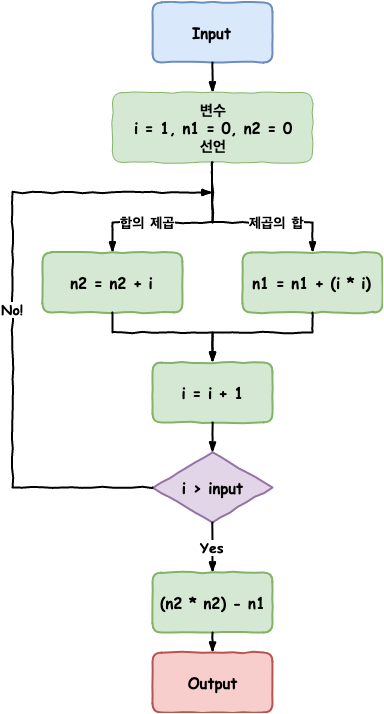
Before: images/algorithm/10/diagram.png, a diagram exported from draw.io (freevuehub/freevuehub.github.io). Source tidied: cells renumbered, new cells last; positions are measured from the earlier drawing's top-left corner, leaving out a move shared by most shapes.
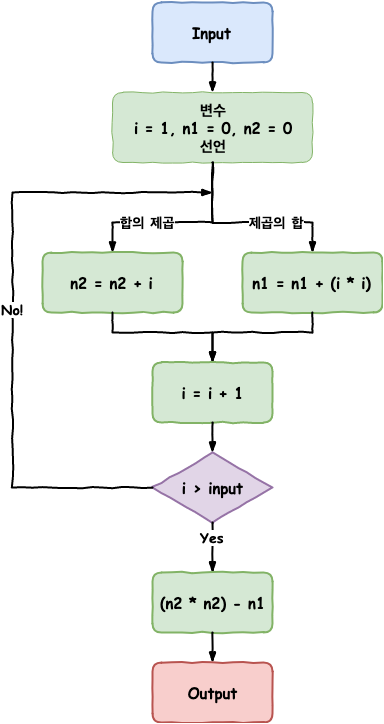
After the commit.

Commit message:
[알고리즘 / 10] 이미지 변경

Change to the diagram source:
```diff
@@ -67,7 +67,7 @@
         </Array>
       </mxGeometry>
     </mxCell>
-    <mxCell id="15" value="&lt;div style=&quot;text-align: center; font-size: 14px;&quot;&gt;Yes&lt;/div&gt;" style="rounded=0;comic=1;strokeWidth=2;endArrow=blockThin;html=1;fontFamily=Comic Sans MS;fontStyle=1;align=center;exitX=0.5;exitY=1;exitDx=0;exitDy=0;fontSize=14;entryX=0.5;entryY=0;entryDx=0;entryDy=0;" parent="1" edge="1" source="12" target="16">
+    <mxCell id="15" value="&lt;div style=&quot;text-align: center; font-size: 14px;&quot;&gt;Yes&lt;/div&gt;" style="rounded=0;comic=1;strokeWidth=2;endArrow=blockThin;html=1;fontFamily=Comic Sans MS;fontStyle=1;align=center;exitX=0.5;exitY=1;exitDx=0;exitDy=0;fontSize=14;entryX=0.5;entryY=0;entryDx=0;entryDy=0;verticalAlign=bottom;horizontal=1;" parent="1" edge="1" source="12" target="16">
       <mxGeometry relative="1" as="geometry" />
     </mxCell>
     <mxCell id="16" value="(n2 * n2) - n1" style="html=1;whiteSpace=wrap;comic=1;strokeWidth=2;fontFamily=Comic Sans MS;fontStyle=1;rounded=1;shadow=0;glass=0;fontSize=15;fillColor=#d5e8d4;strokeColor=#82b366;" parent="1" vertex="1">
@@ -77,7 +77,7 @@
       <mxGeometry relative="1" as="geometry" />
     </mxCell>
     <mxCell id="18" value="Output" style="html=1;whiteSpace=wrap;comic=1;strokeWidth=2;fontFamily=Comic Sans MS;fontStyle=1;rounded=1;shadow=0;glass=0;fillColor=#f8cecc;strokeColor=#b85450;fontSize=15;" parent="1" vertex="1">
-      <mxGeometry x="140" y="650" width="120" height="60" as="geometry" />
+      <mxGeometry x="140" y="660" width="120" height="60" as="geometry" />
     </mxCell>
   </root>
 </mxGraphModel>
```
